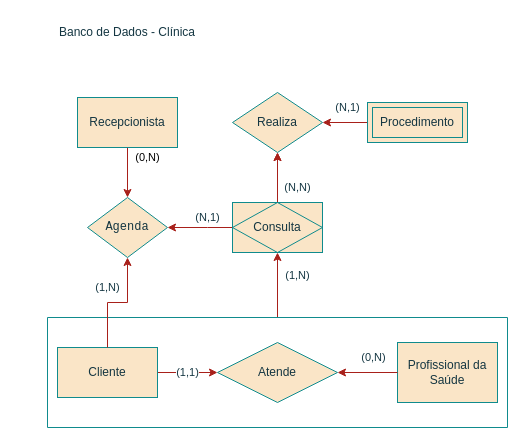
The draw.io diagram page "DER - 1" (1 of 2) of Diagrama sem nome.drawio in Ricardo93santos/teste_banco_de_dados, before the edit. Source tidied: cells renumbered, new cells numbered last; positions are measured from the earlier drawing's top-left corner, leaving out a move shared by most shapes. Both pictures are drawn from the tidied source at 100%, with x=0, y=0 at pixel (17, 17).
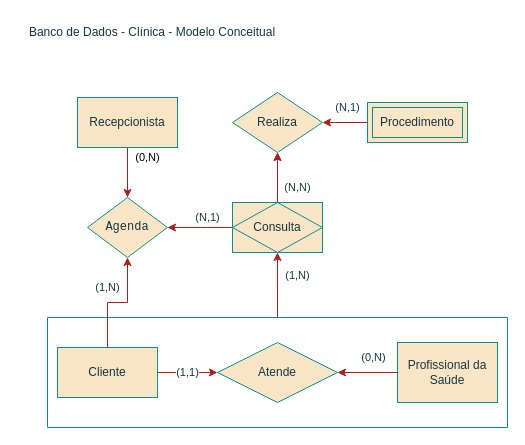
After the change.

The edit, as a diff of the source:
```diff
@@
-    <mxCell id="8" value="Banco de Dados - Clínica" style="text;html=1;strokeColor=none;fillColor=none;align=center;verticalAlign=middle;whiteSpace=wrap;rounded=0;labelBackgroundColor=none;fontColor=#143642;" parent="1" vertex="1">
-      <mxGeometry width="220" height="30" as="geometry" />
+    <mxCell id="8" value="Banco de Dados - Clínica - Modelo Conceitual" style="text;html=1;strokeColor=none;fillColor=none;align=center;verticalAlign=middle;whiteSpace=wrap;rounded=0;labelBackgroundColor=none;fontColor=#143642;" parent="1" vertex="1">
+      <mxGeometry width="270" height="30" as="geometry" />
     </mxCell>
```
